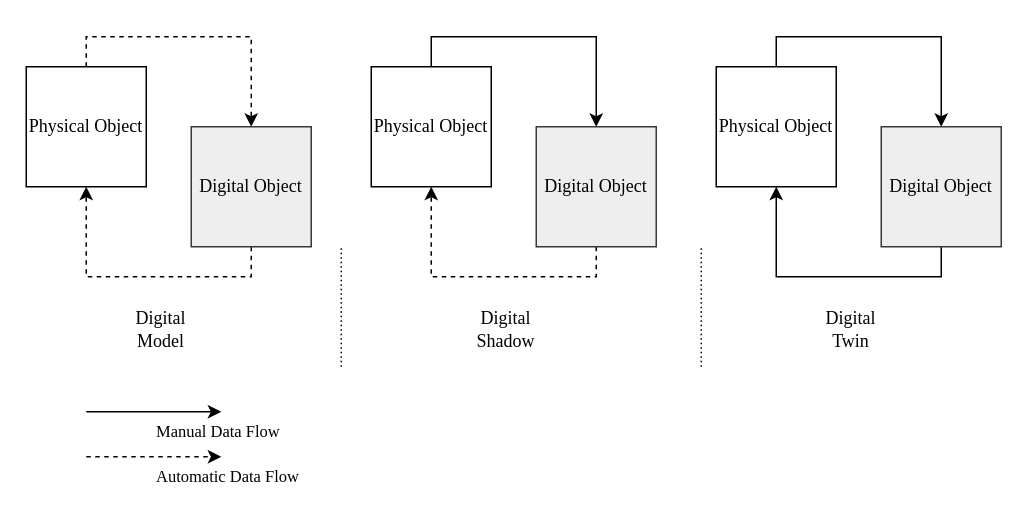
Before: figures/Kritzinger DS DM DT.drawio in fishingpvalues/masterthesis, a draw.io diagram. Source tidied: cells renumbered, new cells numbered last; positions are measured from the earlier drawing's top-left corner, leaving out a move shared by most shapes. Both pictures are drawn from the tidied source at 150%, with x=0, y=0 at pixel (26, 66).
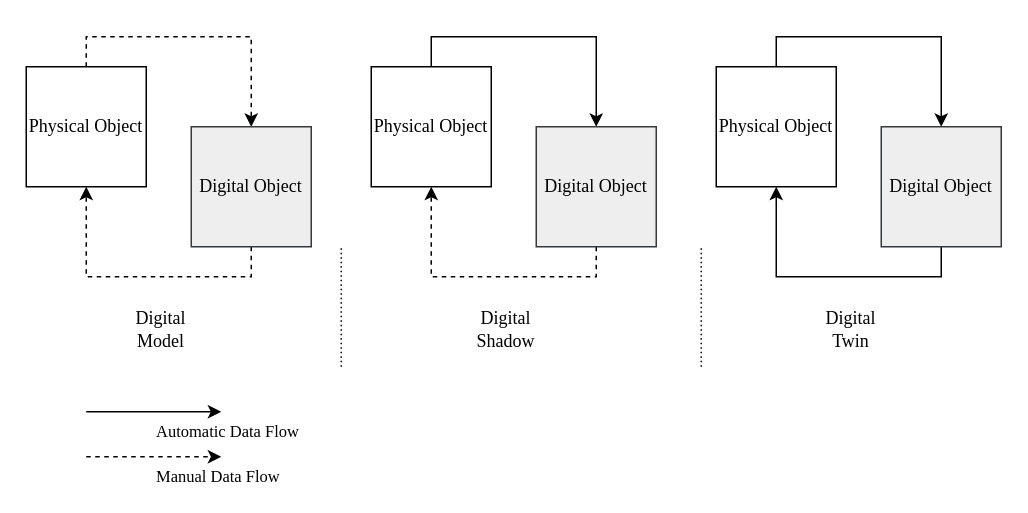
The same diagram, later.

Diff of the diagram source:
```diff
@@
-    <mxCell id="19" value="Manual Data Flow" style="endArrow=classic;html=1;rounded=0;align=left;labelPosition=right;verticalLabelPosition=middle;verticalAlign=top;fontFamily=Times New Roman;" parent="1" edge="1">
+    <mxCell id="19" value="Automatic Data Flow" style="endArrow=classic;html=1;rounded=0;align=left;labelPosition=right;verticalLabelPosition=middle;verticalAlign=top;fontFamily=Times New Roman;" parent="1" edge="1">
       <mxGeometry relative="1" as="geometry">
         <mxPoint x="40" y="230" as="sourcePoint" />
         <mxPoint x="130" y="230" as="targetPoint" />
       </mxGeometry>
     </mxCell>
-    <mxCell id="20" value="Automatic Data Flow" style="endArrow=classic;html=1;rounded=0;align=left;labelPosition=right;verticalLabelPosition=middle;verticalAlign=top;dashed=1;fontFamily=Times New Roman;" parent="1" edge="1">
+    <mxCell id="20" value="Manual Data Flow" style="endArrow=classic;html=1;rounded=0;align=left;labelPosition=right;verticalLabelPosition=middle;verticalAlign=top;dashed=1;fontFamily=Times New Roman;" parent="1" edge="1">
       <mxGeometry relative="1" as="geometry">
         <mxPoint x="40" y="260" as="sourcePoint" />
         <mxPoint x="130" y="260" as="targetPoint" />
       </mxGeometry>
     </mxCell>
```
